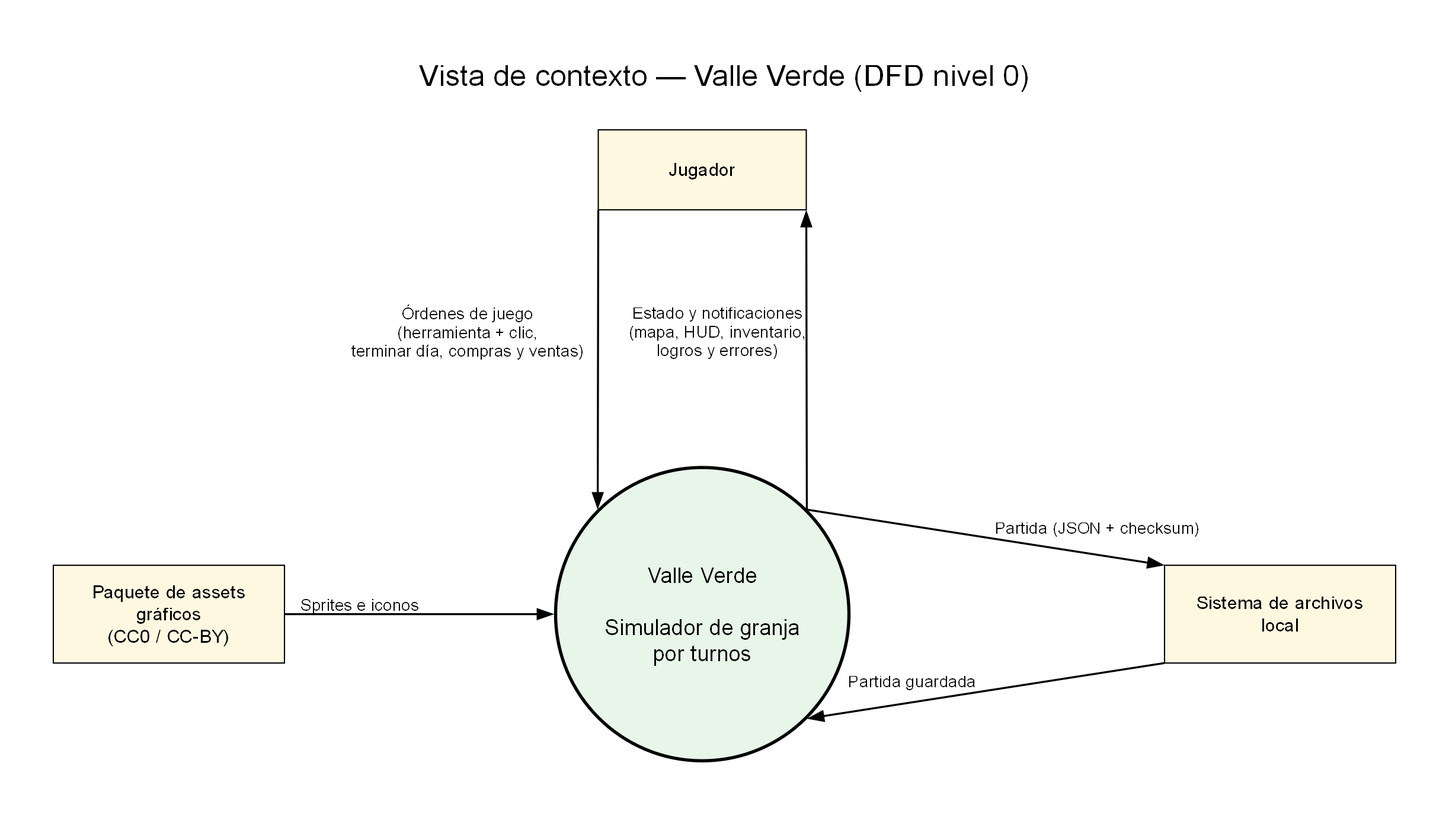
Before: docs/diagramas/01_vista_contexto.png, a diagram exported from PlantUML (MarioZaMu/valle-verde). Its source is kept beside it as docs/diagramas/01_vista_contexto.puml.
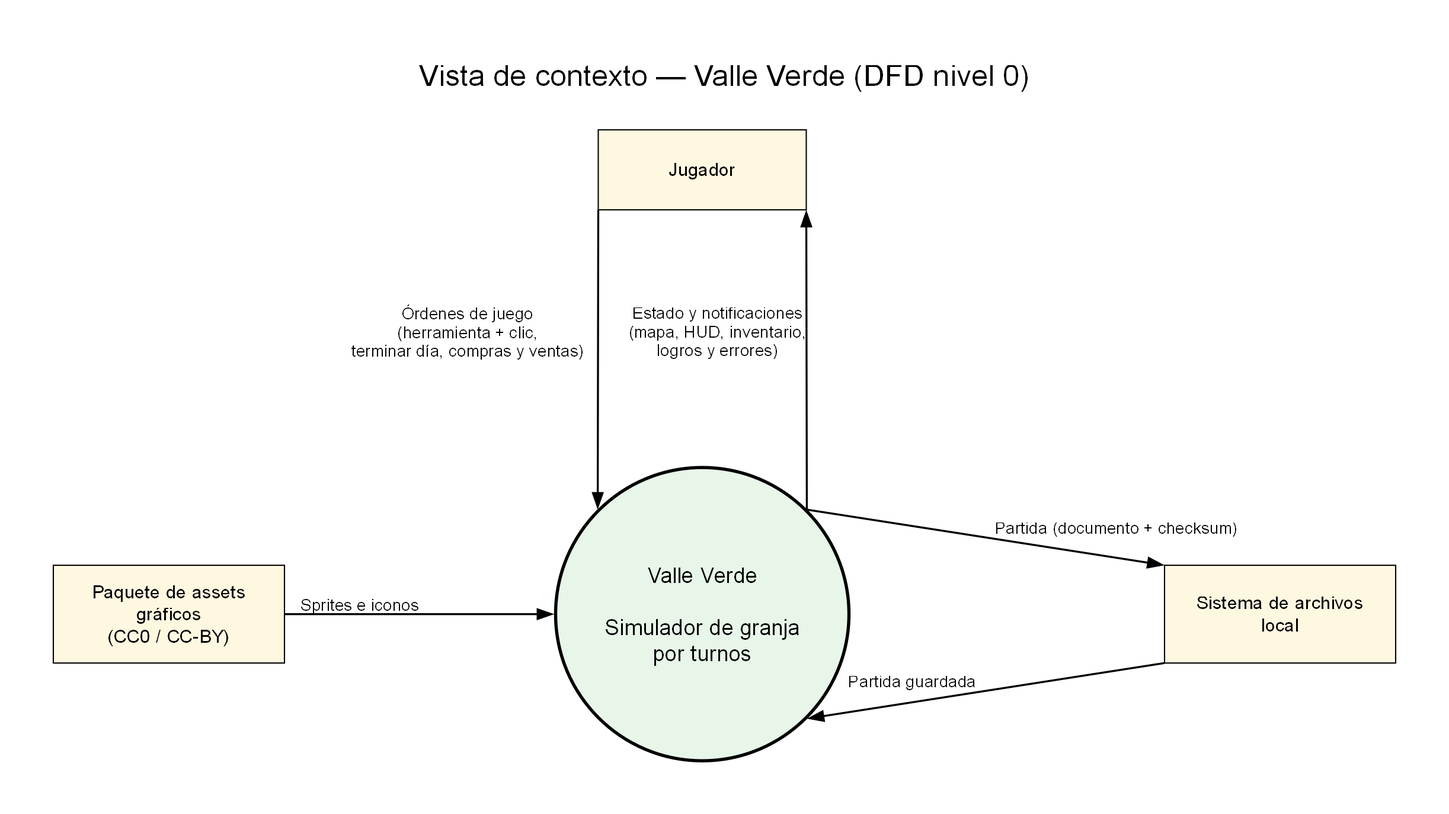
After the commit.

The edit, as a diff of the source:
```diff
@@ -23,7 +23,7 @@
 
   assets:e -> sistema:w [label="Sprites e iconos", labelfloat=false];
 
-  sistema:ne -> archivos:nw [label="  Partida (JSON + checksum)  "];
+  sistema:ne -> archivos:nw [label="  Partida (documento + checksum)  "];
   archivos:sw -> sistema:se [xlabel="Partida guardada  "];
 }
 @enddot
```
